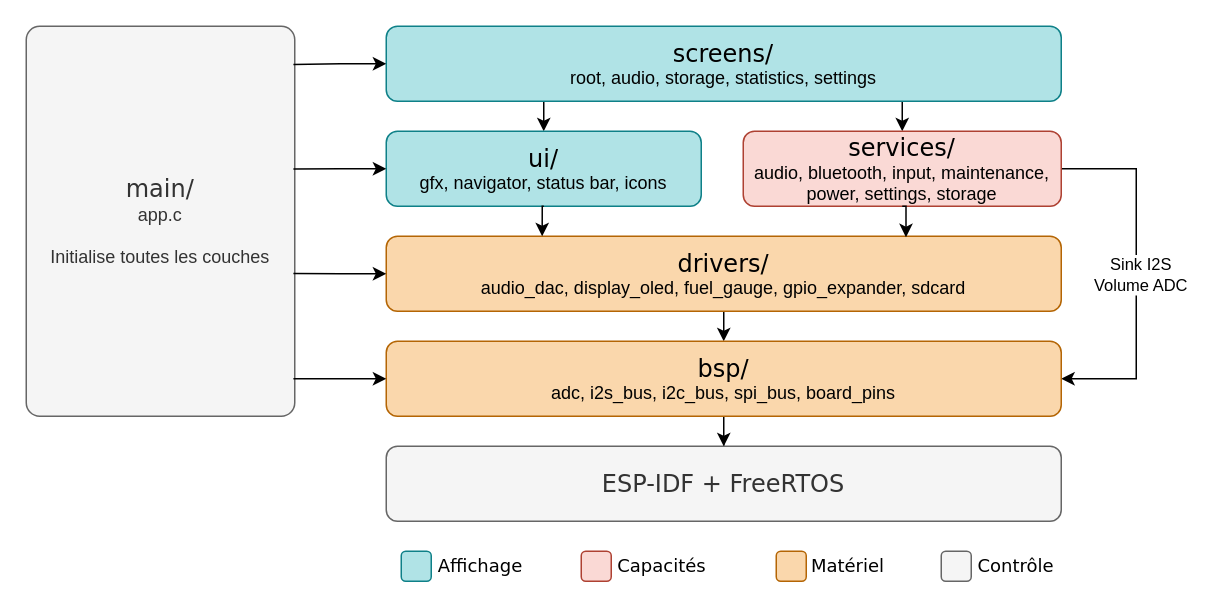
Before: assets/figures/Architecture_logicielle.drawio in dossantosyann/TB2026-YDS-Report, a draw.io diagram. Source tidied: cells renumbered, new cells numbered last; positions are measured from the earlier drawing's top-left corner, leaving out a move shared by most shapes. Both pictures are drawn from the tidied source at 150%, with x=0, y=0 at pixel (26, 26).
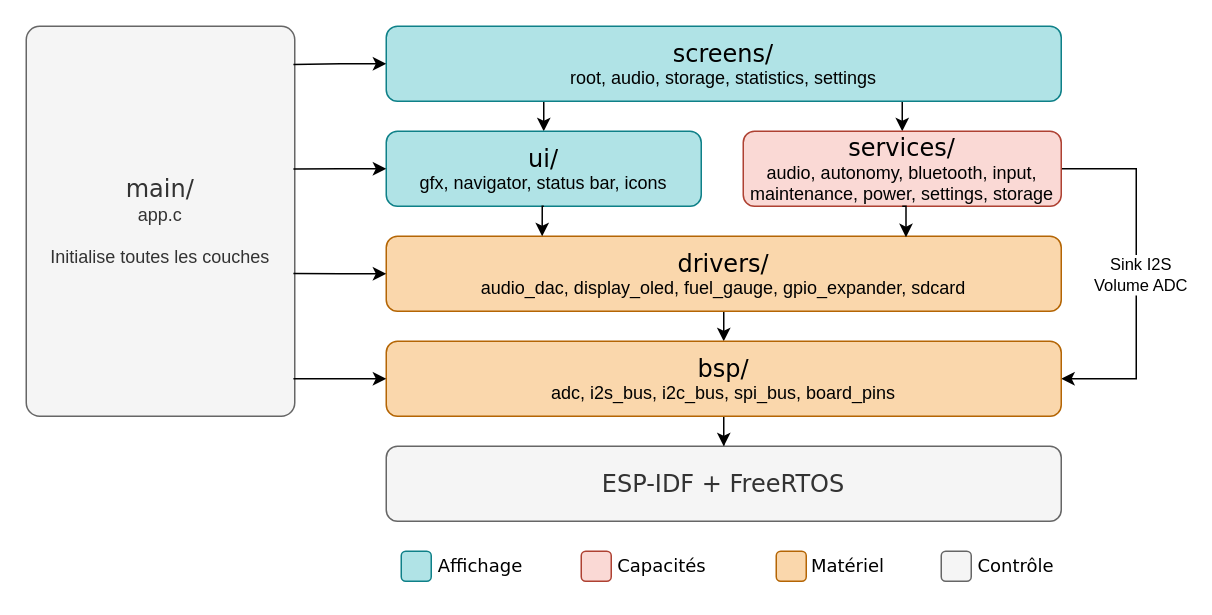
The same page after the edit.

Commit message:
Mettre à jour Architecture_logicielle.drawio

What changed in the source:
```diff
@@
-    <mxCell id="11" value="&lt;div&gt;&lt;font face=&quot;Verdana&quot; style=&quot;font-size: 16px;&quot;&gt;services/&lt;/font&gt;&lt;/div&gt;audio, bluetooth, input, maintenance, power, settings, storage" style="rounded=1;whiteSpace=wrap;html=1;fillColor=#fad9d5;strokeColor=#ae4132;" parent="1" vertex="1">
+    <mxCell id="11" value="&lt;div&gt;&lt;font face=&quot;Verdana&quot; style=&quot;font-size: 16px;&quot;&gt;services/&lt;/font&gt;&lt;/div&gt;audio, autonomy, bluetooth, input, maintenance, power, settings, storage" style="rounded=1;whiteSpace=wrap;html=1;fillColor=#fad9d5;strokeColor=#ae4132;" parent="1" vertex="1">
       <mxGeometry x="478" y="70" width="212" height="50" as="geometry" />
     </mxCell>
```
